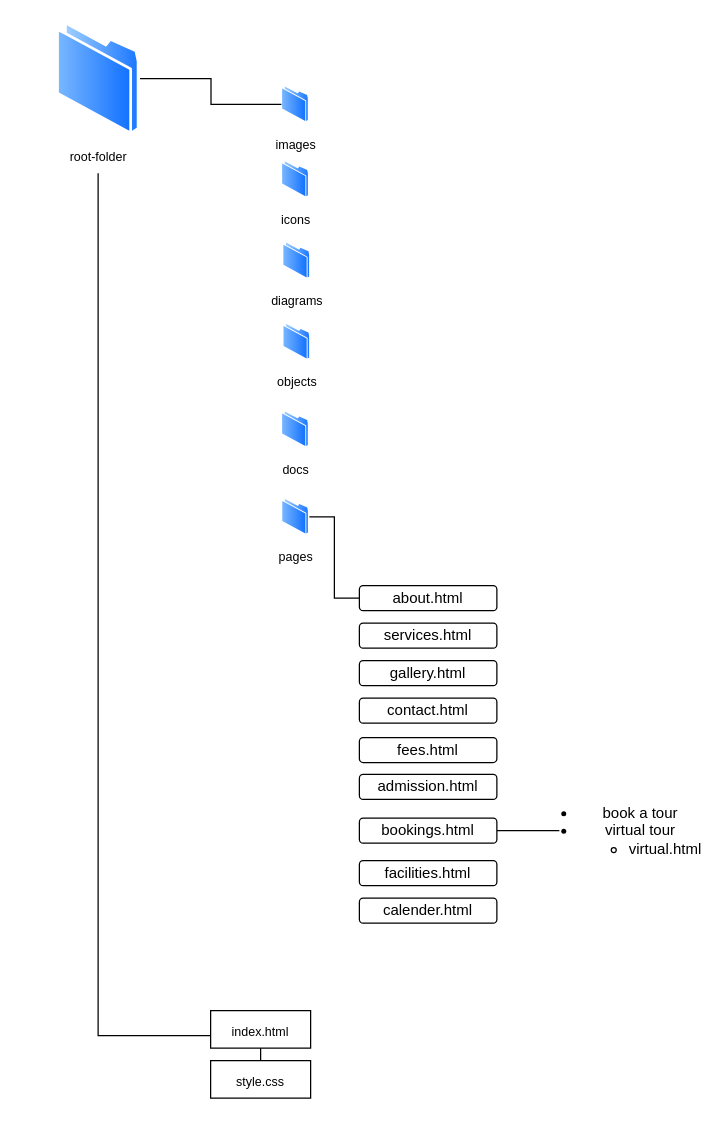
Earlier version of the draw.io diagram docs/folder-structure.drawio (13wealth/WEDE5020_WEBDev). Source tidied: cells renumbered, new cells numbered last; positions are measured from the earlier drawing's top-left corner, leaving out a move shared by most shapes. Both pictures are drawn from the tidied source at 125%, with x=0, y=0 at pixel (56, 21).
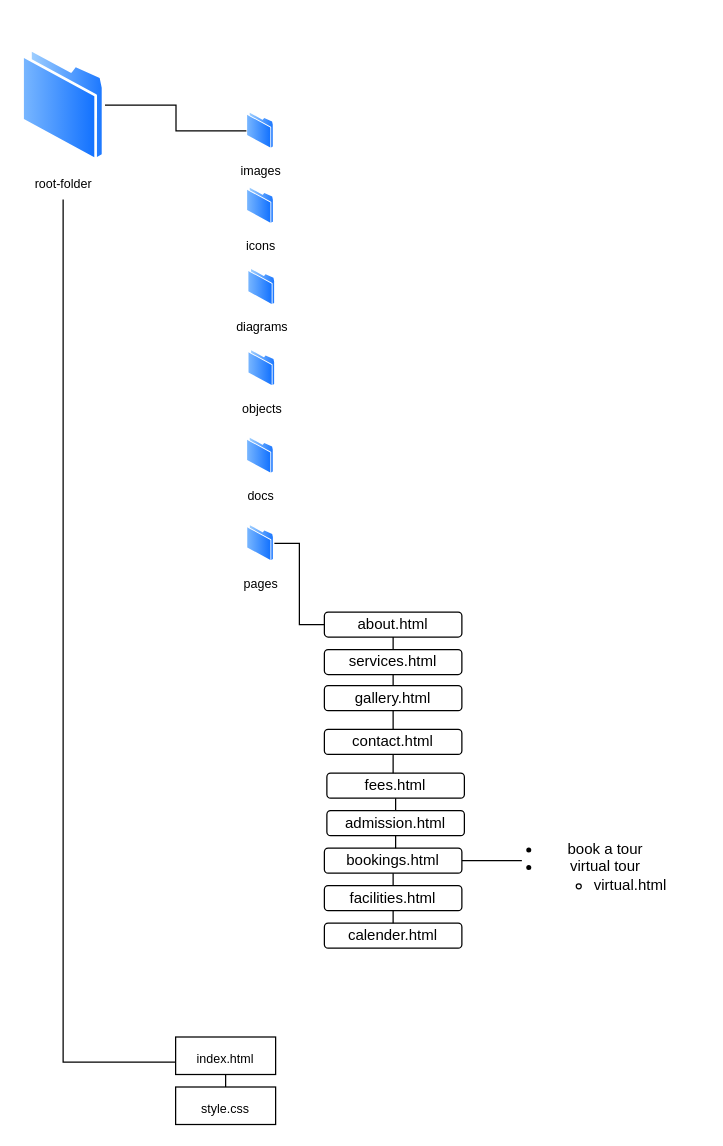
The same page after the edit.

The edit, as a diff of the source:
```diff
@@
+    <mxCell id="27" style="group;" parent="1" vertex="1">
+      <mxGeometry x="-28" y="21" width="502" height="861.1" as="geometry" />
+    </mxCell>
-    <mxCell id="2" style="edgeStyle=orthogonalEdgeStyle;rounded=0;jettySize=auto;html=1;endArrow=none;endFill=0;" parent="1" edge="1" source="3" target="4">
+    <mxCell id="2" style="edgeStyle=orthogonalEdgeStyle;rounded=0;jettySize=auto;html=1;endArrow=none;endFill=0;" parent="27" edge="1" source="3" target="4">
       <mxGeometry relative="1" as="geometry" />
     </mxCell>
-    <mxCell id="3" value="&lt;font style=&quot;font-size: 10px;&quot;&gt;root-folder&lt;/font&gt;" style="image;perimeter=ellipsePerimeter;html=1;align=center;shadow=0;dashed=0;spacingTop=3;image=img/lib/active_directory/folder.svg;" parent="1" vertex="1">
-      <mxGeometry y="-0.1" width="66.5" height="91.1" as="geometry" />
+    <mxCell id="3" value="&lt;font style=&quot;font-size: 10px;&quot;&gt;root-folder&lt;/font&gt;" style="image;perimeter=ellipsePerimeter;html=1;align=center;shadow=0;dashed=0;spacingTop=3;image=img/lib/active_directory/folder.svg;" parent="27" vertex="1">
+      <mxGeometry width="66.5" height="91.1" as="geometry" />
     </mxCell>
-    <mxCell id="4" value="&lt;font size=&quot;1&quot;&gt;images&lt;/font&gt;" style="image;perimeter=ellipsePerimeter;html=1;align=center;shadow=0;dashed=0;spacingTop=3;image=img/lib/active_directory/folder.svg;" parent="1" vertex="1">
-      <mxGeometry x="180" y="51" width="21.9" height="30" as="geometry" />
+    <mxCell id="4" value="&lt;font size=&quot;1&quot;&gt;images&lt;/font&gt;" style="image;perimeter=ellipsePerimeter;html=1;align=center;shadow=0;dashed=0;spacingTop=3;image=img/lib/active_directory/folder.svg;" parent="27" vertex="1">
+      <mxGeometry x="180" y="51.1" width="21.9" height="30" as="geometry" />
     </mxCell>
-    <mxCell id="5" value="&lt;font size=&quot;1&quot;&gt;icons&lt;/font&gt;" style="image;perimeter=ellipsePerimeter;html=1;align=center;shadow=0;dashed=0;spacingTop=3;image=img/lib/active_directory/folder.svg;" parent="1" vertex="1">
-      <mxGeometry x="180" y="111" width="22" height="30.1" as="geometry" />
+    <mxCell id="5" value="&lt;font size=&quot;1&quot;&gt;icons&lt;/font&gt;" style="image;perimeter=ellipsePerimeter;html=1;align=center;shadow=0;dashed=0;spacingTop=3;image=img/lib/active_directory/folder.svg;" parent="27" vertex="1">
+      <mxGeometry x="180" y="111.1" width="22" height="30.1" as="geometry" />
     </mxCell>
-    <mxCell id="6" value="&lt;font size=&quot;1&quot;&gt;diagrams&lt;/font&gt;" style="image;perimeter=ellipsePerimeter;html=1;align=center;shadow=0;dashed=0;spacingTop=3;image=img/lib/active_directory/folder.svg;" parent="1" vertex="1">
-      <mxGeometry x="181" y="176" width="22" height="30.1" as="geometry" />
+    <mxCell id="6" value="&lt;font size=&quot;1&quot;&gt;diagrams&lt;/font&gt;" style="image;perimeter=ellipsePerimeter;html=1;align=center;shadow=0;dashed=0;spacingTop=3;image=img/lib/active_directory/folder.svg;" parent="27" vertex="1">
+      <mxGeometry x="181" y="176.1" width="22" height="30.1" as="geometry" />
     </mxCell>
-    <mxCell id="7" value="&lt;font size=&quot;1&quot;&gt;objects&lt;/font&gt;" style="image;perimeter=ellipsePerimeter;html=1;align=center;shadow=0;dashed=0;spacingTop=3;image=img/lib/active_directory/folder.svg;" parent="1" vertex="1">
-      <mxGeometry x="181.1" y="241" width="21.9" height="30" as="geometry" />
+    <mxCell id="7" value="&lt;font size=&quot;1&quot;&gt;objects&lt;/font&gt;" style="image;perimeter=ellipsePerimeter;html=1;align=center;shadow=0;dashed=0;spacingTop=3;image=img/lib/active_directory/folder.svg;" parent="27" vertex="1">
+      <mxGeometry x="181.1" y="241.1" width="21.9" height="30" as="geometry" />
     </mxCell>
-    <mxCell id="8" value="&lt;font size=&quot;1&quot;&gt;docs&lt;/font&gt;" style="image;perimeter=ellipsePerimeter;html=1;align=center;shadow=0;dashed=0;spacingTop=3;image=img/lib/active_directory/folder.svg;" parent="1" vertex="1">
-      <mxGeometry x="180" y="311" width="21.9" height="30" as="geometry" />
+    <mxCell id="8" value="&lt;font size=&quot;1&quot;&gt;docs&lt;/font&gt;" style="image;perimeter=ellipsePerimeter;html=1;align=center;shadow=0;dashed=0;spacingTop=3;image=img/lib/active_directory/folder.svg;" parent="27" vertex="1">
+      <mxGeometry x="180" y="311.1" width="21.9" height="30" as="geometry" />
     </mxCell>
-    <mxCell id="9" style="edgeStyle=elbowEdgeStyle;rounded=0;jettySize=auto;html=1;endArrow=none;endFill=0;" parent="1" edge="1" source="10">
+    <mxCell id="9" style="edgeStyle=elbowEdgeStyle;rounded=0;jettySize=auto;html=1;endArrow=none;endFill=0;" parent="27" edge="1" source="10">
       <mxGeometry relative="1" as="geometry">
-        <mxPoint x="242" y="461" as="targetPoint" />
+        <mxPoint x="242" y="461.1" as="targetPoint" />
       </mxGeometry>
     </mxCell>
-    <mxCell id="10" value="&lt;font size=&quot;1&quot;&gt;pages&lt;/font&gt;" style="image;perimeter=ellipsePerimeter;html=1;align=center;shadow=0;dashed=0;spacingTop=3;image=img/lib/active_directory/folder.svg;" parent="1" vertex="1">
-      <mxGeometry x="180.1" y="381" width="21.9" height="30" as="geometry" />
+    <mxCell id="10" value="&lt;font size=&quot;1&quot;&gt;pages&lt;/font&gt;" style="image;perimeter=ellipsePerimeter;html=1;align=center;shadow=0;dashed=0;spacingTop=3;image=img/lib/active_directory/folder.svg;" parent="27" vertex="1">
+      <mxGeometry x="180.1" y="381.1" width="21.9" height="30" as="geometry" />
     </mxCell>
-    <mxCell id="11" style="endArrow=none;html=1;rounded=0;edgeStyle=elbowEdgeStyle;exitX=0;exitY=0.667;exitDx=0;exitDy=0;exitPerimeter=0;" parent="1" edge="1" source="13">
+    <mxCell id="11" style="endArrow=none;html=1;rounded=0;edgeStyle=elbowEdgeStyle;exitX=0;exitY=0.667;exitDx=0;exitDy=0;exitPerimeter=0;" parent="27" edge="1" source="13">
       <mxGeometry relative="1" as="geometry">
-        <mxPoint x="33" y="121" as="targetPoint" />
+        <mxPoint x="33" y="121.1" as="targetPoint" />
         <Array as="points">
-          <mxPoint x="33" y="460" />
+          <mxPoint x="33" y="460.1" />
         </Array>
       </mxGeometry>
     </mxCell>
-    <mxCell id="12" style="edgeStyle=orthogonalEdgeStyle;rounded=0;jettySize=auto;html=1;endArrow=none;endFill=0;" parent="1" edge="1" source="13" target="14">
+    <mxCell id="12" style="edgeStyle=orthogonalEdgeStyle;rounded=0;jettySize=auto;html=1;endArrow=none;endFill=0;" parent="27" edge="1" source="13" target="14">
       <mxGeometry relative="1" as="geometry" />
     </mxCell>
-    <mxCell id="13" value="&lt;font style=&quot;font-size: 10px;&quot;&gt;index.html&lt;/font&gt;" style="whiteSpace=wrap;html=1;verticalAlign=top;labelBackgroundColor=default;shadow=0;dashed=0;spacingTop=3;" parent="1" vertex="1">
-      <mxGeometry x="123" y="791" width="80" height="30" as="geometry" />
+    <mxCell id="13" value="&lt;font style=&quot;font-size: 10px;&quot;&gt;index.html&lt;/font&gt;" style="whiteSpace=wrap;html=1;verticalAlign=top;labelBackgroundColor=default;shadow=0;dashed=0;spacingTop=3;" parent="27" vertex="1">
+      <mxGeometry x="123" y="791.1" width="80" height="30" as="geometry" />
     </mxCell>
-    <mxCell id="14" value="&lt;font style=&quot;font-size: 10px;&quot;&gt;style.css&lt;/font&gt;" style="whiteSpace=wrap;html=1;verticalAlign=top;labelBackgroundColor=default;shadow=0;dashed=0;spacingTop=3;" parent="1" vertex="1">
-      <mxGeometry x="123" y="831" width="80" height="30" as="geometry" />
+    <mxCell id="14" value="&lt;font style=&quot;font-size: 10px;&quot;&gt;style.css&lt;/font&gt;" style="whiteSpace=wrap;html=1;verticalAlign=top;labelBackgroundColor=default;shadow=0;dashed=0;spacingTop=3;" parent="27" vertex="1">
+      <mxGeometry x="123" y="831.1" width="80" height="30" as="geometry" />
     </mxCell>
+    <mxCell id="28" style="edgeStyle=orthogonalEdgeStyle;rounded=0;jettySize=auto;html=1;entryX=0.5;entryY=0;entryDx=0;entryDy=0;endArrow=none;endFill=0;" parent="27" edge="1" source="15" target="17">
+      <mxGeometry relative="1" as="geometry" />
+    </mxCell>
-    <mxCell id="15" value="about.html" style="rounded=1;whiteSpace=wrap;html=1;" parent="1" vertex="1">
-      <mxGeometry x="242" y="451" width="110" height="20" as="geometry" />
+    <mxCell id="15" value="about.html" style="rounded=1;whiteSpace=wrap;html=1;" parent="27" vertex="1">
+      <mxGeometry x="242" y="451.1" width="110" height="20" as="geometry" />
     </mxCell>
-    <mxCell id="16" style="edgeStyle=orthogonalEdgeStyle;rounded=0;orthogonalLoop=1;jettySize=auto;html=1;exitX=0.5;exitY=1;exitDx=0;exitDy=0;" parent="1" edge="1" source="15" target="15">
+    <mxCell id="16" style="edgeStyle=orthogonalEdgeStyle;rounded=0;orthogonalLoop=1;jettySize=auto;html=1;exitX=0.5;exitY=1;exitDx=0;exitDy=0;" parent="27" edge="1" source="15" target="15">
       <mxGeometry relative="1" as="geometry" />
     </mxCell>
+    <mxCell id="29" style="edgeStyle=orthogonalEdgeStyle;rounded=0;jettySize=auto;html=1;endArrow=none;endFill=0;" parent="27" edge="1" source="17" target="18">
+      <mxGeometry relative="1" as="geometry" />
+    </mxCell>
-    <mxCell id="17" value="services.html" style="rounded=1;whiteSpace=wrap;html=1;" parent="1" vertex="1">
-      <mxGeometry x="242" y="481" width="110" height="20" as="geometry" />
+    <mxCell id="17" value="services.html" style="rounded=1;whiteSpace=wrap;html=1;" parent="27" vertex="1">
+      <mxGeometry x="242" y="481.1" width="110" height="20" as="geometry" />
     </mxCell>
+    <mxCell id="30" style="edgeStyle=orthogonalEdgeStyle;rounded=0;jettySize=auto;html=1;endArrow=none;endFill=0;" parent="27" edge="1" source="18" target="19">
+      <mxGeometry relative="1" as="geometry" />
+    </mxCell>
-    <mxCell id="18" value="gallery.html" style="rounded=1;whiteSpace=wrap;html=1;" parent="1" vertex="1">
-      <mxGeometry x="242" y="511" width="110" height="20" as="geometry" />
+    <mxCell id="18" value="gallery.html" style="rounded=1;whiteSpace=wrap;html=1;" parent="27" vertex="1">
+      <mxGeometry x="242" y="510" width="110" height="20" as="geometry" />
     </mxCell>
+    <mxCell id="31" style="edgeStyle=orthogonalEdgeStyle;rounded=0;jettySize=auto;html=1;endArrow=none;endFill=0;" parent="27" edge="1" source="19" target="20">
+      <mxGeometry relative="1" as="geometry" />
+    </mxCell>
-    <mxCell id="19" value="contact.html" style="rounded=1;whiteSpace=wrap;html=1;" parent="1" vertex="1">
-      <mxGeometry x="242" y="541" width="110" height="20" as="geometry" />
+    <mxCell id="19" value="contact.html" style="rounded=1;whiteSpace=wrap;html=1;" parent="27" vertex="1">
+      <mxGeometry x="242" y="545" width="110" height="20" as="geometry" />
     </mxCell>
+    <mxCell id="32" style="edgeStyle=orthogonalEdgeStyle;rounded=0;jettySize=auto;html=1;endArrow=none;endFill=0;" parent="27" edge="1" source="20" target="21">
+      <mxGeometry relative="1" as="geometry" />
+    </mxCell>
-    <mxCell id="20" value="fees.html" style="rounded=1;whiteSpace=wrap;html=1;" parent="1" vertex="1">
-      <mxGeometry x="242" y="572.5" width="110" height="20" as="geometry" />
+    <mxCell id="20" value="fees.html" style="rounded=1;whiteSpace=wrap;html=1;" parent="27" vertex="1">
+      <mxGeometry x="244" y="580" width="110" height="20" as="geometry" />
     </mxCell>
+    <mxCell id="33" style="edgeStyle=orthogonalEdgeStyle;rounded=0;jettySize=auto;html=1;endArrow=none;endFill=0;" parent="27" edge="1" source="21" target="23">
+      <mxGeometry relative="1" as="geometry" />
+    </mxCell>
-    <mxCell id="21" value="admission.html" style="rounded=1;whiteSpace=wrap;html=1;" parent="1" vertex="1">
-      <mxGeometry x="242" y="602" width="110" height="20" as="geometry" />
+    <mxCell id="21" value="admission.html" style="rounded=1;whiteSpace=wrap;html=1;" parent="27" vertex="1">
+      <mxGeometry x="244" y="610" width="110" height="20" as="geometry" />
     </mxCell>
-    <mxCell id="22" style="edgeStyle=orthogonalEdgeStyle;rounded=0;jettySize=auto;html=1;endArrow=none;endFill=0;" parent="1" edge="1" source="23">
+    <mxCell id="22" style="edgeStyle=orthogonalEdgeStyle;rounded=0;jettySize=auto;html=1;endArrow=none;endFill=0;" parent="27" edge="1" source="23">
       <mxGeometry relative="1" as="geometry">
-        <mxPoint x="402" y="647" as="targetPoint" />
+        <mxPoint x="400" y="650" as="targetPoint" />
       </mxGeometry>
     </mxCell>
+    <mxCell id="34" style="edgeStyle=orthogonalEdgeStyle;rounded=0;jettySize=auto;html=1;endArrow=none;endFill=0;" parent="27" edge="1" source="23" target="24">
+      <mxGeometry relative="1" as="geometry" />
+    </mxCell>
-    <mxCell id="23" value="bookings.html" style="rounded=1;whiteSpace=wrap;html=1;" parent="1" vertex="1">
-      <mxGeometry x="242" y="637" width="110" height="20" as="geometry" />
+    <mxCell id="23" value="bookings.html" style="rounded=1;whiteSpace=wrap;html=1;" parent="27" vertex="1">
+      <mxGeometry x="242" y="640" width="110" height="20" as="geometry" />
     </mxCell>
+    <mxCell id="35" style="edgeStyle=orthogonalEdgeStyle;rounded=0;jettySize=auto;html=1;endArrow=none;endFill=0;" parent="27" edge="1" source="24" target="26">
+      <mxGeometry relative="1" as="geometry" />
+    </mxCell>
-    <mxCell id="24" value="facilities.html" style="rounded=1;whiteSpace=wrap;html=1;" parent="1" vertex="1">
-      <mxGeometry x="242" y="671" width="110" height="20" as="geometry" />
+    <mxCell id="24" value="facilities.html" style="rounded=1;whiteSpace=wrap;html=1;" parent="27" vertex="1">
+      <mxGeometry x="242" y="670" width="110" height="20" as="geometry" />
     </mxCell>
-    <mxCell id="25" value="&lt;ul&gt;&lt;li&gt;book a tour&lt;/li&gt;&lt;li&gt;virtual tour&lt;/li&gt;&lt;ul&gt;&lt;li&gt;virtual.html&lt;/li&gt;&lt;/ul&gt;&lt;/ul&gt;" style="text;html=1;align=center;verticalAlign=middle;whiteSpace=wrap;rounded=0;" parent="1" vertex="1">
-      <mxGeometry x="392" y="632" width="110" height="30" as="geometry" />
+    <mxCell id="25" value="&lt;ul&gt;&lt;li&gt;book a tour&lt;/li&gt;&lt;li&gt;virtual tour&lt;/li&gt;&lt;ul&gt;&lt;li&gt;virtual.html&lt;/li&gt;&lt;/ul&gt;&lt;/ul&gt;" style="text;html=1;align=center;verticalAlign=middle;whiteSpace=wrap;rounded=0;" parent="27" vertex="1">
+      <mxGeometry x="392" y="640" width="110" height="30" as="geometry" />
     </mxCell>
-    <mxCell id="26" value="calender.html" style="rounded=1;whiteSpace=wrap;html=1;" parent="1" vertex="1">
-      <mxGeometry x="242" y="701" width="110" height="20" as="geometry" />
+    <mxCell id="26" value="calender.html" style="rounded=1;whiteSpace=wrap;html=1;" parent="27" vertex="1">
+      <mxGeometry x="242" y="700" width="110" height="20" as="geometry" />
     </mxCell>
```
